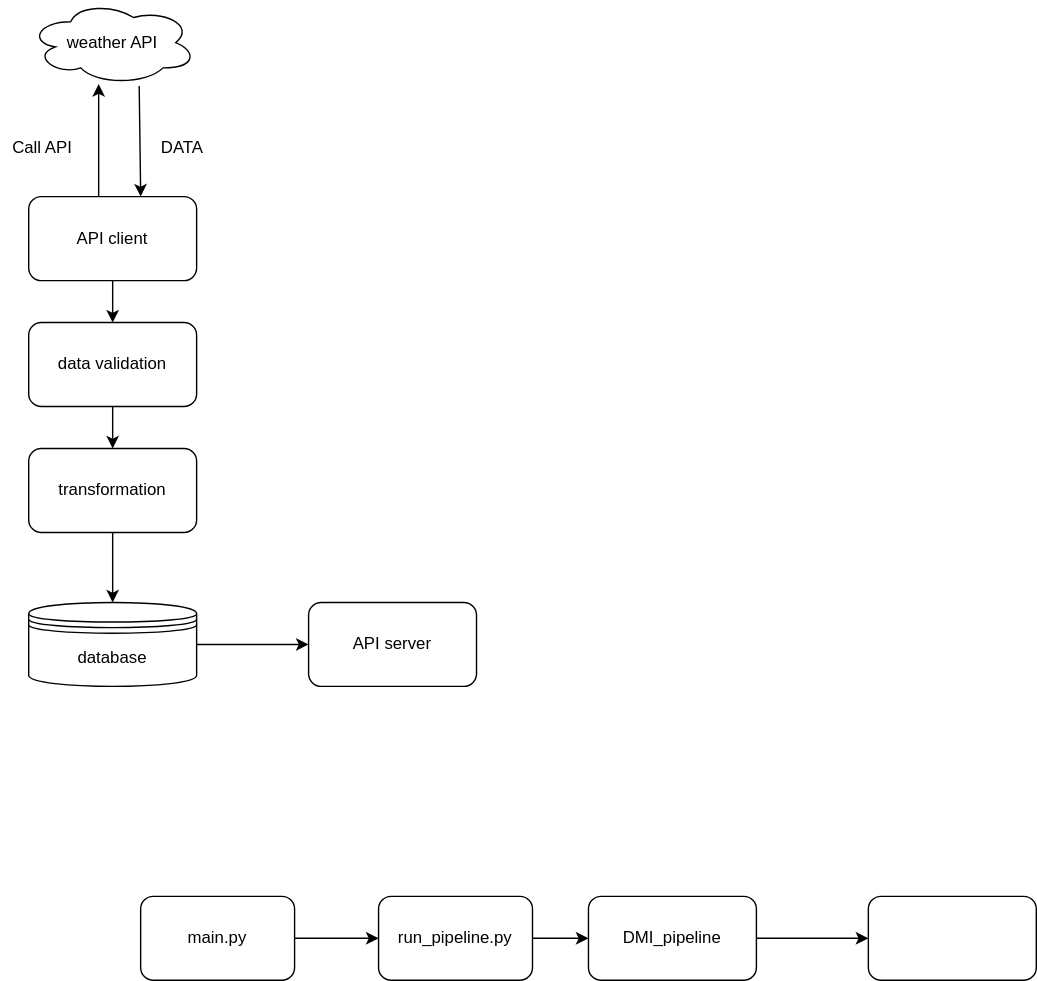
Earlier version of the draw.io export diagram.svg (anne-hos-specialisterne/vejr_app). Source tidied: cells renumbered, new cells last; positions are measured from the earlier drawing's top-left corner, leaving out a move shared by most shapes. The source it was exported from:
```xml
<mxGraphModel>
  <root>
    <mxCell id="0" />
    <mxCell id="1" parent="0" />
    <mxCell id="2" value="weather API" style="rounded=1;whiteSpace=wrap;html=1;shape=cloud;perimeter=ellipsePerimeter;" parent="1" vertex="1">
      <mxGeometry x="20" width="120" height="60" as="geometry" />
    </mxCell>
    <mxCell id="3" style="edgeStyle=orthogonalEdgeStyle;rounded=0;jettySize=auto;html=1;exitX=0.5;exitY=0;exitDx=0;exitDy=0;" parent="1" edge="1" source="5" target="2">
      <mxGeometry relative="1" as="geometry">
        <Array as="points">
          <mxPoint x="70" y="140" />
        </Array>
      </mxGeometry>
    </mxCell>
    <mxCell id="4" style="edgeStyle=orthogonalEdgeStyle;rounded=0;jettySize=auto;html=1;" parent="1" edge="1" source="5" target="17">
      <mxGeometry relative="1" as="geometry" />
    </mxCell>
    <mxCell id="5" value="API client" style="rounded=1;whiteSpace=wrap;html=1;" parent="1" vertex="1">
      <mxGeometry x="20" y="140" width="120" height="60" as="geometry" />
    </mxCell>
    <mxCell id="6" style="endArrow=classic;html=1;rounded=0;exitX=0.658;exitY=1.017;exitDx=0;exitDy=0;exitPerimeter=0;entryX=0.667;entryY=0;entryDx=0;entryDy=0;entryPerimeter=0;" parent="1" edge="1" source="2" target="5">
      <mxGeometry relative="1" as="geometry" />
    </mxCell>
    <mxCell id="7" value="Call API" style="text;html=1;whiteSpace=wrap;strokeColor=none;fillColor=none;align=center;verticalAlign=middle;rounded=0;" parent="1" vertex="1">
      <mxGeometry y="90" width="60" height="30" as="geometry" />
    </mxCell>
    <mxCell id="8" value="DATA" style="text;html=1;whiteSpace=wrap;strokeColor=none;fillColor=none;align=center;verticalAlign=middle;rounded=0;" parent="1" vertex="1">
      <mxGeometry x="100" y="90" width="60" height="30" as="geometry" />
    </mxCell>
    <mxCell id="9" style="edgeStyle=orthogonalEdgeStyle;rounded=0;jettySize=auto;html=1;" parent="1" edge="1" source="10" target="12">
      <mxGeometry relative="1" as="geometry" />
    </mxCell>
    <mxCell id="10" value="main.py" style="rounded=1;whiteSpace=wrap;html=1;" parent="1" vertex="1">
      <mxGeometry x="100" y="640" width="110" height="60" as="geometry" />
    </mxCell>
    <mxCell id="11" style="edgeStyle=orthogonalEdgeStyle;rounded=0;jettySize=auto;html=1;" parent="1" edge="1" source="12" target="14">
      <mxGeometry relative="1" as="geometry" />
    </mxCell>
    <mxCell id="12" value="run_pipeline.py" style="rounded=1;whiteSpace=wrap;html=1;" parent="1" vertex="1">
      <mxGeometry x="270" y="640" width="110" height="60" as="geometry" />
    </mxCell>
    <mxCell id="13" style="edgeStyle=orthogonalEdgeStyle;rounded=0;jettySize=auto;html=1;" parent="1" edge="1" source="14" target="15">
      <mxGeometry relative="1" as="geometry" />
    </mxCell>
    <mxCell id="14" value="DMI_pipeline" style="rounded=1;whiteSpace=wrap;html=1;" parent="1" vertex="1">
      <mxGeometry x="420" y="640" width="120" height="60" as="geometry" />
    </mxCell>
    <mxCell id="15" style="whiteSpace=wrap;html=1;rounded=1;" parent="1" vertex="1">
      <mxGeometry x="620" y="640" width="120" height="60" as="geometry" />
    </mxCell>
    <mxCell id="16" style="edgeStyle=orthogonalEdgeStyle;rounded=0;jettySize=auto;html=1;" parent="1" edge="1" source="17">
      <mxGeometry relative="1" as="geometry">
        <mxPoint x="80" y="320" as="targetPoint" />
      </mxGeometry>
    </mxCell>
    <mxCell id="17" value="data validation" style="whiteSpace=wrap;html=1;rounded=1;" parent="1" vertex="1">
      <mxGeometry x="20" y="230" width="120" height="60" as="geometry" />
    </mxCell>
    <mxCell id="18" style="edgeStyle=orthogonalEdgeStyle;rounded=0;jettySize=auto;html=1;" parent="1" edge="1" source="19" target="21">
      <mxGeometry relative="1" as="geometry" />
    </mxCell>
    <mxCell id="19" value="transformation" style="rounded=1;whiteSpace=wrap;html=1;" parent="1" vertex="1">
      <mxGeometry x="20" y="320" width="120" height="60" as="geometry" />
    </mxCell>
    <mxCell id="20" style="edgeStyle=orthogonalEdgeStyle;rounded=0;jettySize=auto;html=1;" parent="1" edge="1" source="21">
      <mxGeometry relative="1" as="geometry">
        <mxPoint x="220" y="460" as="targetPoint" />
      </mxGeometry>
    </mxCell>
    <mxCell id="21" value="database" style="shape=datastore;whiteSpace=wrap;html=1;" parent="1" vertex="1">
      <mxGeometry x="20" y="430" width="120" height="60" as="geometry" />
    </mxCell>
    <mxCell id="22" value="API server" style="rounded=1;whiteSpace=wrap;html=1;" parent="1" vertex="1">
      <mxGeometry x="220" y="430" width="120" height="60" as="geometry" />
    </mxCell>
  </root>
</mxGraphModel>
```
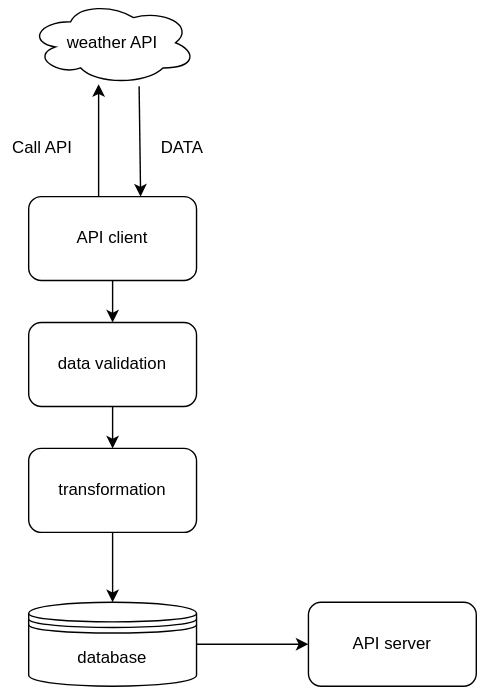
The same file after the commit.

The edit, as a diff of the source:
```diff
@@ -27,27 +27,6 @@
     <mxCell id="8" value="DATA" style="text;html=1;whiteSpace=wrap;strokeColor=none;fillColor=none;align=center;verticalAlign=middle;rounded=0;" parent="1" vertex="1">
       <mxGeometry x="100" y="90" width="60" height="30" as="geometry" />
     </mxCell>
-    <mxCell id="9" style="edgeStyle=orthogonalEdgeStyle;rounded=0;jettySize=auto;html=1;" parent="1" edge="1" source="10" target="12">
-      <mxGeometry relative="1" as="geometry" />
-    </mxCell>
-    <mxCell id="10" value="main.py" style="rounded=1;whiteSpace=wrap;html=1;" parent="1" vertex="1">
-      <mxGeometry x="100" y="640" width="110" height="60" as="geometry" />
-    </mxCell>
-    <mxCell id="11" style="edgeStyle=orthogonalEdgeStyle;rounded=0;jettySize=auto;html=1;" parent="1" edge="1" source="12" target="14">
-      <mxGeometry relative="1" as="geometry" />
-    </mxCell>
-    <mxCell id="12" value="run_pipeline.py" style="rounded=1;whiteSpace=wrap;html=1;" parent="1" vertex="1">
-      <mxGeometry x="270" y="640" width="110" height="60" as="geometry" />
-    </mxCell>
-    <mxCell id="13" style="edgeStyle=orthogonalEdgeStyle;rounded=0;jettySize=auto;html=1;" parent="1" edge="1" source="14" target="15">
-      <mxGeometry relative="1" as="geometry" />
-    </mxCell>
-    <mxCell id="14" value="DMI_pipeline" style="rounded=1;whiteSpace=wrap;html=1;" parent="1" vertex="1">
-      <mxGeometry x="420" y="640" width="120" height="60" as="geometry" />
-    </mxCell>
-    <mxCell id="15" style="whiteSpace=wrap;html=1;rounded=1;" parent="1" vertex="1">
-      <mxGeometry x="620" y="640" width="120" height="60" as="geometry" />
-    </mxCell>
     <mxCell id="16" style="edgeStyle=orthogonalEdgeStyle;rounded=0;jettySize=auto;html=1;" parent="1" edge="1" source="17">
       <mxGeometry relative="1" as="geometry">
         <mxPoint x="80" y="320" as="targetPoint" />
```
